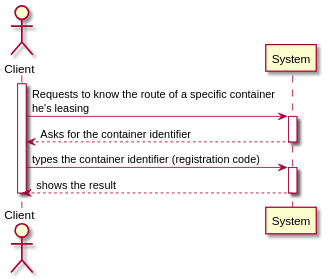
This is docs/US305/US305_SSD.svg from 0franciscor/lapr3-2021-g042, a PlantUML export, as it was before one commit. Its diagram source:
```plantuml
@startuml
actor "Client" as C
participant "System" as SY

activate C
C -> SY : Requests to know the route of a specific container \nhe's leasing
activate SY
SY --> C : Asks for the container identifier
deactivate SY
C -> SY : types the container identifier (registration code)

activate SY
SY-->C : shows the result
deactivate SY
deactivate C
@enduml
```
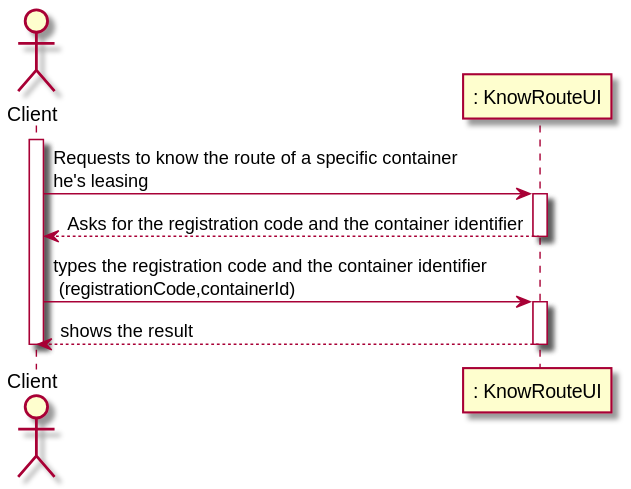
The same diagram one commit later.

What changed in the source:
```diff
@@ -1,16 +1,16 @@
 @startuml
 actor "Client" as C
-participant "System" as SY
+participant ": KnowRouteUI" as UI
 
 activate C
-C -> SY : Requests to know the route of a specific container \nhe's leasing
-activate SY
-SY --> C : Asks for the container identifier
-deactivate SY
-C -> SY : types the container identifier (registration code)
+C -> UI : Requests to know the route of a specific container \nhe's leasing
+activate UI
+UI --> C : Asks for the registration code and the container identifier
+deactivate UI
+C -> UI : types the registration code and the container identifier\n (registrationCode,containerId)
+activate UI
+UI-->C : shows the result
+deactivate UI
+deactivate C
 
-activate SY
-SY-->C : shows the result
-deactivate SY
-deactivate C
 @enduml
```
